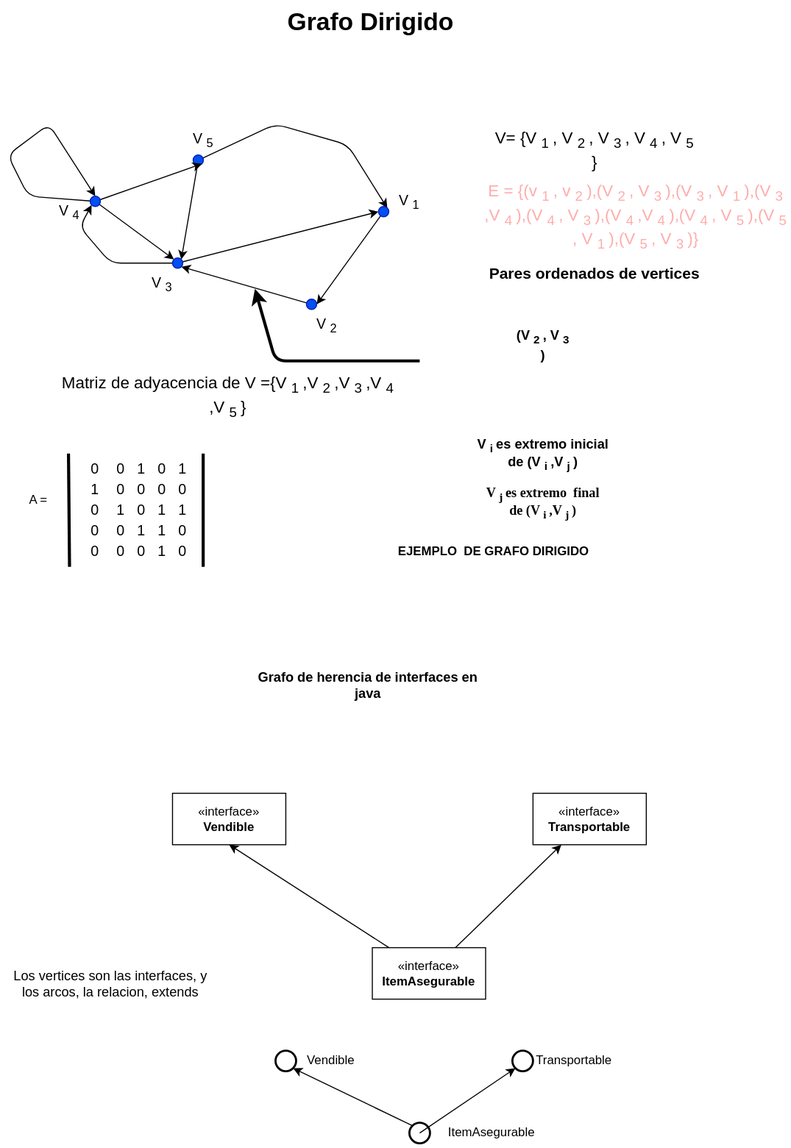
Earlier version of the draw.io export Estructura-de-datos/Grafos/Grafo-dir.drawio.svg (Nordcode-cyber/Algoritmos-Estructdatos). Source tidied: cells renumbered, new cells last; positions are measured from the earlier drawing's top-left corner, leaving out a move shared by most shapes.
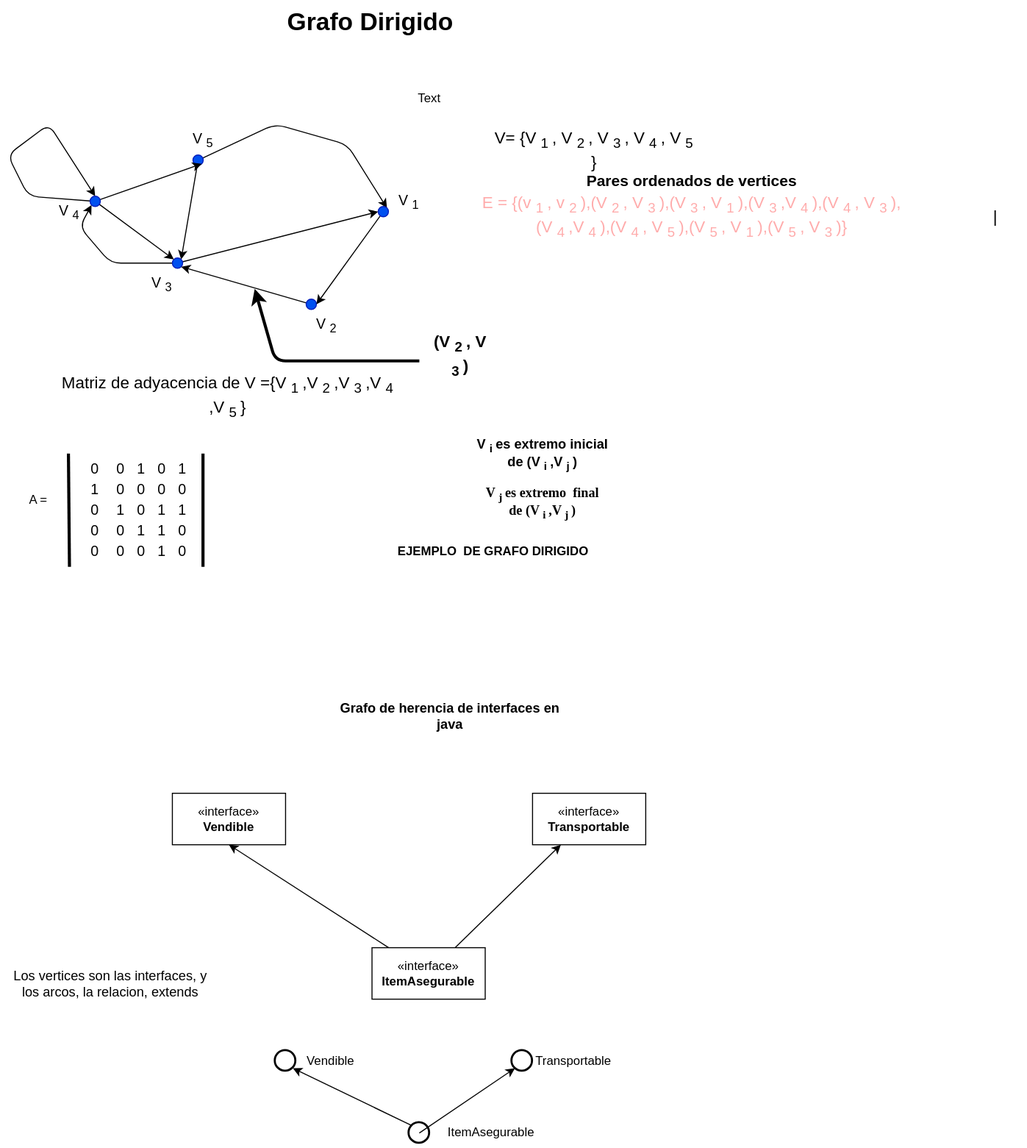
Later version of the same file.

Change to the diagram source:
```diff
@@ -83,12 +83,12 @@
       <mxGeometry x="470" y="130" width="200" height="30" as="geometry" />
     </mxCell>
     <mxCell id="23" value="&lt;font style=&quot;color: light-dark(rgb(255, 172, 172), rgb(0, 153, 0)); font-size: 16px;&quot;&gt;E = {(v&lt;sub&gt;1&lt;/sub&gt;, v&lt;sub&gt;2&lt;/sub&gt;),(V&lt;sub&gt;2&lt;/sub&gt;, V&lt;sub&gt;3&lt;/sub&gt;),(V&lt;sub&gt;3&lt;/sub&gt;, V&lt;sub&gt;1&lt;/sub&gt;),(V&lt;sub&gt;3&lt;/sub&gt;,V&lt;sub&gt;4&lt;/sub&gt;),(V&lt;sub&gt;4&lt;/sub&gt;, V&lt;sub&gt;3&lt;/sub&gt;),(V&lt;sub&gt;4&lt;/sub&gt;,V&lt;sub&gt;4&lt;/sub&gt;),(V&lt;sub&gt;4&lt;/sub&gt;, V&lt;sub&gt;5&lt;/sub&gt;),(V&lt;sub&gt;5&lt;/sub&gt;, V&lt;sub&gt;1&lt;/sub&gt;),(V&lt;sub&gt;5&lt;/sub&gt;, V&lt;sub&gt;3&lt;/sub&gt;)}&lt;/font&gt;" style="text;html=1;align=center;verticalAlign=middle;whiteSpace=wrap;rounded=0;" parent="1" vertex="1">
-      <mxGeometry x="460" y="170" width="300" height="80" as="geometry" />
+      <mxGeometry x="460" y="170" width="410" height="80" as="geometry" />
     </mxCell>
     <mxCell id="24" value="&lt;font style=&quot;color: light-dark(rgb(0, 0, 0), rgb(250, 253, 255)); font-size: 15px;&quot;&gt;&lt;b style=&quot;&quot;&gt;Pares ordenados de vertices&lt;/b&gt;&lt;/font&gt;" style="text;html=1;align=center;verticalAlign=middle;whiteSpace=wrap;rounded=0;" parent="1" vertex="1">
-      <mxGeometry x="460" y="250" width="220" height="30" as="geometry" />
+      <mxGeometry x="555" y="160" width="220" height="30" as="geometry" />
     </mxCell>
-    <mxCell id="25" style="endArrow=classic;html=1;strokeColor=light-dark(#000000,#FF0000);strokeWidth=3;" parent="1" edge="1">
+    <mxCell id="25" style="endArrow=classic;html=1;strokeColor=light-dark(#000000,#33FF33);strokeWidth=3;" parent="1" edge="1">
       <mxGeometry relative="1" as="geometry">
         <mxPoint x="400" y="350" as="sourcePoint" />
         <mxPoint x="240" y="280" as="targetPoint" />
@@ -97,8 +97,8 @@
         </Array>
       </mxGeometry>
     </mxCell>
-    <mxCell id="26" value="&lt;font style=&quot;font-size: 13px;&quot;&gt;&lt;b&gt;(V&lt;sub&gt;2&lt;/sub&gt;, V&lt;sub&gt;3&lt;/sub&gt;)&lt;/b&gt;&lt;/font&gt;" style="text;html=1;align=center;verticalAlign=middle;whiteSpace=wrap;rounded=0;" parent="1" vertex="1">
-      <mxGeometry x="490" y="320" width="60" height="30" as="geometry" />
+    <mxCell id="26" value="&lt;font style=&quot;font-size: 16px;&quot;&gt;&lt;b style=&quot;color: light-dark(rgb(0, 0, 0), rgb(51, 255, 51));&quot;&gt;(V&lt;sub&gt;2&lt;/sub&gt;, V&lt;sub&gt;3&lt;/sub&gt;)&lt;/b&gt;&lt;/font&gt;" style="text;html=1;align=center;verticalAlign=middle;whiteSpace=wrap;rounded=0;" parent="1" vertex="1">
+      <mxGeometry x="410" y="330" width="60" height="30" as="geometry" />
     </mxCell>
     <mxCell id="27" value="&lt;p class=&quot;MsoNormal&quot;&gt;&lt;span style=&quot;line-height: 107%;&quot; lang=&quot;ES&quot;&gt;&lt;font style=&quot;font-size: 13px; color: light-dark(rgb(0, 0, 0), rgb(255, 159, 127));&quot;&gt;&lt;b style=&quot;&quot;&gt;V&lt;sub&gt;i&lt;/sub&gt; es extremo inicial&lt;br&gt;de (V&lt;sub&gt;i&lt;/sub&gt;,V&lt;sub&gt;j&lt;/sub&gt;)&lt;/b&gt;&lt;/font&gt;&lt;/span&gt;&lt;/p&gt;&lt;p class=&quot;MsoNormal&quot;&gt;&lt;span style=&quot;line-height: 107%; font-family: &amp;quot;Times New Roman&amp;quot;, serif;&quot; lang=&quot;ES&quot;&gt;&lt;font style=&quot;font-size: 13px; color: light-dark(rgb(0, 0, 0), rgb(255, 159, 127));&quot;&gt;&lt;b style=&quot;&quot;&gt;V&lt;sub&gt;j&lt;/sub&gt; es extremo&amp;nbsp; final&amp;nbsp;&lt;br&gt;de (V&lt;sub&gt;i&lt;/sub&gt;,V&lt;sub&gt;j&lt;/sub&gt;)&lt;/b&gt;&lt;/font&gt;&lt;span style=&quot;font-size: 12pt;&quot;&gt;&lt;/span&gt;&lt;/span&gt;&lt;/p&gt;" style="text;html=1;align=center;verticalAlign=middle;whiteSpace=wrap;rounded=0;" parent="1" vertex="1">
       <mxGeometry x="340" y="385" width="360" height="160" as="geometry" />
@@ -106,8 +106,8 @@
     <mxCell id="28" value="&lt;b&gt;EJEMPLO&amp;nbsp; DE GRAFO DIRIGIDO&lt;/b&gt;" style="text;html=1;align=center;verticalAlign=middle;whiteSpace=wrap;rounded=0;" parent="1" vertex="1">
       <mxGeometry x="354" y="520" width="236" height="30" as="geometry" />
     </mxCell>
-    <mxCell id="29" value="&lt;font style=&quot;font-size: 13px;&quot;&gt;&lt;b&gt;Grafo de herencia de interfaces en java&lt;/b&gt;&lt;/font&gt;" style="text;html=1;align=center;verticalAlign=middle;whiteSpace=wrap;rounded=0;" parent="1" vertex="1">
-      <mxGeometry x="230" y="650" width="240" height="30" as="geometry" />
+    <mxCell id="29" value="&lt;font style=&quot;font-size: 13px;&quot;&gt;&lt;b style=&quot;color: light-dark(rgb(0, 0, 0), rgb(51, 255, 51));&quot;&gt;Grafo de herencia de interfaces en java&lt;/b&gt;&lt;/font&gt;" style="text;html=1;align=center;verticalAlign=middle;whiteSpace=wrap;rounded=0;" parent="1" vertex="1">
+      <mxGeometry x="310" y="680" width="240" height="30" as="geometry" />
     </mxCell>
     <mxCell id="30" style="ellipse;whiteSpace=wrap;html=1;fillColor=light-dark(#FFFFFF,#FFF5F7);strokeColor=light-dark(#000000,#000000);strokeWidth=2;" parent="1" vertex="1">
       <mxGeometry x="260" y="1020" width="20" height="20" as="geometry" />
@@ -246,5 +246,11 @@
     <mxCell id="72" value="«interface»&lt;br&gt;&lt;b&gt;Transportable&lt;/b&gt;" style="html=1;whiteSpace=wrap;" parent="1" vertex="1">
       <mxGeometry x="510" y="770" width="110" height="50" as="geometry" />
     </mxCell>
+    <mxCell id="73" value="Text" style="text;html=1;whiteSpace=wrap;strokeColor=none;fillColor=none;align=center;verticalAlign=middle;rounded=0;" parent="1" vertex="1">
+      <mxGeometry x="380" y="80" width="60" height="30" as="geometry" />
+    </mxCell>
+    <mxCell id="74" value="&lt;font style=&quot;font-size: 16px; color: light-dark(rgb(0, 0, 0), rgb(204, 0, 0));&quot;&gt;|&lt;/font&gt;" style="text;html=1;whiteSpace=wrap;strokeColor=none;fillColor=none;align=center;verticalAlign=middle;rounded=0;" parent="1" vertex="1">
+      <mxGeometry x="930" y="195" width="60" height="30" as="geometry" />
+    </mxCell>
   </root>
 </mxGraphModel>
```
